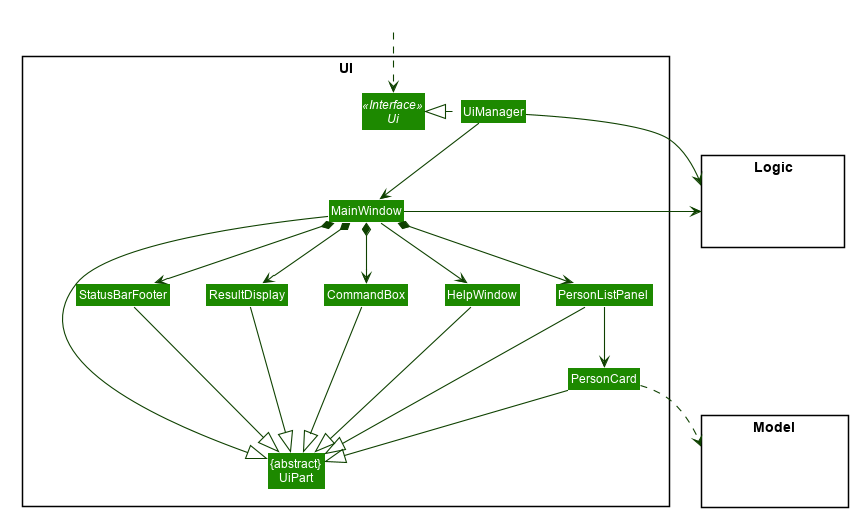
The PlantUML diagram docs/images/UiClassDiagram.png in nus-cs2103-AY2021S2/tp, before a commit.
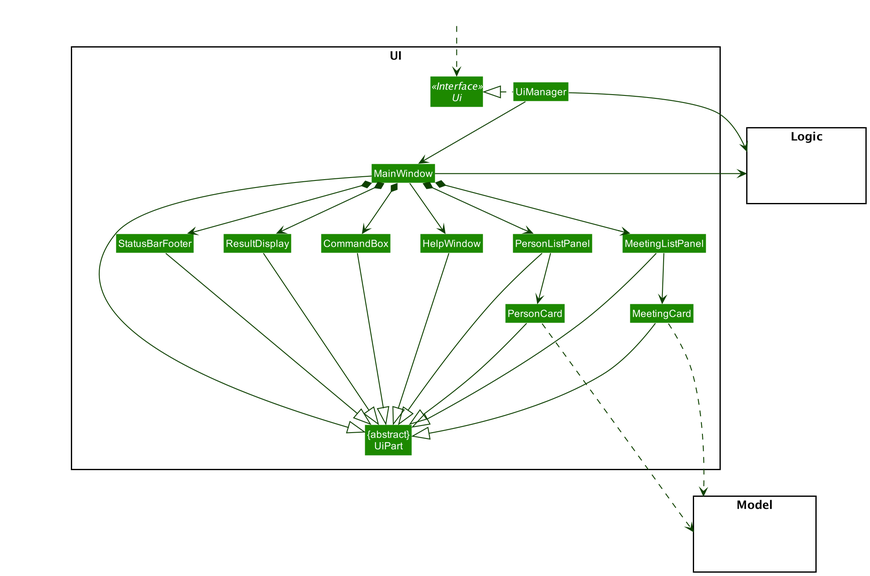
After the change.

Change to the diagram source:
```diff
@@ -1,55 +1,8 @@
 @startuml
-
-
-
-
-
-
-
-
-skinparam BackgroundColor #FFFFFFF
-
-skinparam Shadowing false
-
-skinparam Class {
-    FontColor #FFFFFF
-    BorderThickness 1
-    BorderColor #FFFFFF
-    StereotypeFontColor #FFFFFF
-    FontName Arial
-}
-
-skinparam Actor {
-    BorderColor #000000
-    Color #000000
-    FontName Arial
-}
-
-skinparam Sequence {
-    MessageAlign center
-    BoxFontSize 15
-    BoxPadding 0
-    BoxFontColor #FFFFFF
-    FontName Arial
-}
-
-skinparam Participant {
-    FontColor #FFFFFFF
-    Padding 20
-}
-
-skinparam MinClassWidth 50
-skinparam ParticipantPadding 10
-skinparam Shadowing false
-skinparam DefaultTextAlignment center
-skinparam packageStyle Rectangle
-
-hide footbox
-hide members
-hide circle
+!include style.puml
 skinparam arrowThickness 1.1
-skinparam arrowColor #0E4100
-skinparam classBackgroundColor #1D8900
+skinparam arrowColor UI_COLOR_T4
+skinparam classBackgroundColor UI_COLOR
 
 package UI <<Rectangle>>{
 Interface Ui <<Interface>>
@@ -60,6 +13,8 @@
 Class ResultDisplay
 Class PersonListPanel
 Class PersonCard
+Class MeetingListPanel
+Class MeetingCard
 Class StatusBarFooter
 Class CommandBox
 }
@@ -81,9 +36,12 @@
 MainWindow *-down-> CommandBox
 MainWindow *-down-> ResultDisplay
 MainWindow *-down-> PersonListPanel
+MainWindow *-down-> MeetingListPanel
 MainWindow *-down-> StatusBarFooter
 
+
 PersonListPanel -down-> PersonCard
+MeetingListPanel -down-> MeetingCard
 
 MainWindow -left-|> UiPart
 
@@ -91,13 +49,19 @@
 CommandBox --|> UiPart
 PersonListPanel --|> UiPart
 PersonCard --|> UiPart
+MeetingListPanel --|> UiPart
+MeetingCard ---|> UiPart
 StatusBarFooter --|> UiPart
 HelpWindow -down-|> UiPart
 
-PersonCard ..> Model
+PersonCard ....> Model
+MeetingCard ....> Model
 UiManager -right-> Logic
 MainWindow -left-> Logic
 
+MeetingCard -[hidden]left- PersonCard
+
+MeetingListPanel -[hidden]left- PersonListPanel
 PersonListPanel -[hidden]left- HelpWindow
 HelpWindow -[hidden]left- CommandBox
 CommandBox -[hidden]left- ResultDisplay
```
